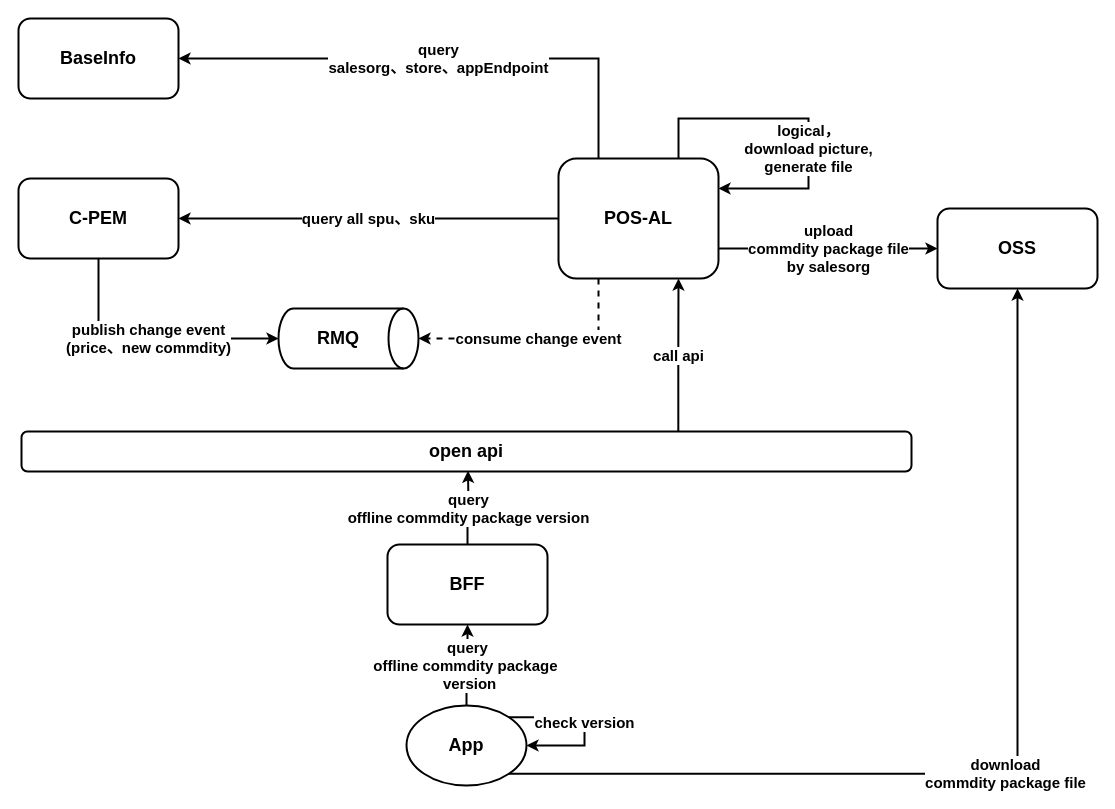
This is page "offline_cashier" (17 of 23) of authz/Omini-Store.drawio from jackie-thank/beego-authz, a draw.io file, before an edit. Source tidied: cells renumbered, new cells numbered last; positions are measured from the earlier drawing's top-left corner, leaving out a move shared by most shapes. Both pictures are drawn from the tidied source at 100%, with x=0, y=0 at pixel (18, 18).
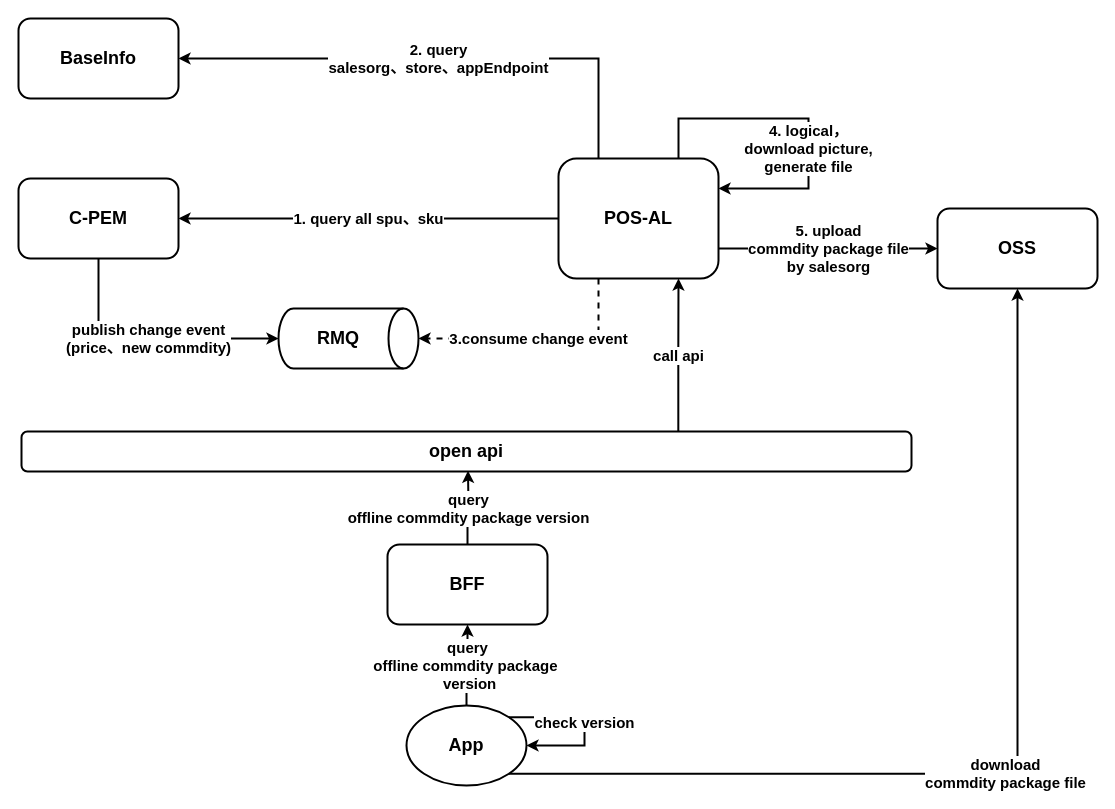
Above is the later version.

Unchanged cells that the change refers to:
```xml
<mxCell id="5" value="POS-AL" style="rounded=1;whiteSpace=wrap;html=1;fontSize=18;fontStyle=1;strokeWidth=2;" parent="1" vertex="1">
  <mxGeometry x="540" y="140" width="160" height="120" as="geometry" />
</mxCell>
<mxCell id="6" value="C-PEM" style="rounded=1;whiteSpace=wrap;html=1;fontSize=18;fontStyle=1;strokeWidth=2;" parent="1" vertex="1">
  <mxGeometry y="160" width="160" height="80" as="geometry" />
</mxCell>
<mxCell id="7" style="shape=cylinder3;whiteSpace=wrap;html=1;boundedLbl=1;backgroundOutline=1;size=15;rotation=90;strokeWidth=2;" parent="1" vertex="1">
  <mxGeometry x="300" y="250" width="60" height="140" as="geometry" />
</mxCell>
<mxCell id="11" value="BaseInfo" style="rounded=1;whiteSpace=wrap;html=1;fontSize=18;fontStyle=1;strokeWidth=2;" parent="1" vertex="1">
  <mxGeometry width="160" height="80" as="geometry" />
</mxCell>
<mxCell id="13" value="OSS" style="rounded=1;whiteSpace=wrap;html=1;fontSize=18;fontStyle=1;strokeWidth=2;" parent="1" vertex="1">
  <mxGeometry x="919" y="190" width="160" height="80" as="geometry" />
</mxCell>
```

The edit, as a diff of the source:
```diff
@@
-    <mxCell id="2" value="query all spu、sku" style="edgeStyle=orthogonalEdgeStyle;rounded=0;jettySize=auto;html=1;exitX=0;exitY=0.5;exitDx=0;exitDy=0;strokeWidth=2;fontSize=15;fontStyle=1;" parent="1" edge="1" source="5" target="6">
+    <mxCell id="2" value="1. query all spu、sku" style="edgeStyle=orthogonalEdgeStyle;rounded=0;jettySize=auto;html=1;exitX=0;exitY=0.5;exitDx=0;exitDy=0;strokeWidth=2;fontSize=15;fontStyle=1;" parent="1" edge="1" source="5" target="6">
       <mxGeometry relative="1" as="geometry" />
     </mxCell>
-    <mxCell id="3" value="query&lt;br&gt;salesorg、store、appEndpoint" style="edgeStyle=orthogonalEdgeStyle;rounded=0;jettySize=auto;html=1;exitX=0.25;exitY=0;exitDx=0;exitDy=0;entryX=1;entryY=0.5;entryDx=0;entryDy=0;fontSize=15;fontStyle=1;strokeWidth=2;" parent="1" edge="1" source="5" target="11">
+    <mxCell id="3" value="2. query&lt;br&gt;salesorg、store、appEndpoint" style="edgeStyle=orthogonalEdgeStyle;rounded=0;jettySize=auto;html=1;exitX=0.25;exitY=0;exitDx=0;exitDy=0;entryX=1;entryY=0.5;entryDx=0;entryDy=0;fontSize=15;fontStyle=1;strokeWidth=2;" parent="1" edge="1" source="5" target="11">
       <mxGeometry relative="1" as="geometry" />
     </mxCell>
-    <mxCell id="4" value="upload &lt;br&gt;commdity package file &lt;br&gt;by salesorg" style="edgeStyle=orthogonalEdgeStyle;rounded=0;jettySize=auto;html=1;exitX=1;exitY=0.75;exitDx=0;exitDy=0;entryX=0;entryY=0.5;entryDx=0;entryDy=0;strokeWidth=2;fontSize=15;fontStyle=1;" parent="1" edge="1" source="5" target="13">
+    <mxCell id="4" value="5. upload &lt;br&gt;commdity package file &lt;br&gt;by salesorg" style="edgeStyle=orthogonalEdgeStyle;rounded=0;jettySize=auto;html=1;exitX=1;exitY=0.75;exitDx=0;exitDy=0;entryX=0;entryY=0.5;entryDx=0;entryDy=0;strokeWidth=2;fontSize=15;fontStyle=1;" parent="1" edge="1" source="5" target="13">
       <mxGeometry relative="1" as="geometry" />
     </mxCell>
@@
-    <mxCell id="10" value="consume change event" style="edgeStyle=orthogonalEdgeStyle;rounded=0;jettySize=auto;html=1;exitX=0.25;exitY=1;exitDx=0;exitDy=0;entryX=0.5;entryY=0;entryDx=0;entryDy=0;entryPerimeter=0;strokeWidth=2;dashed=1;fontStyle=1;fontSize=15;" parent="1" edge="1" source="5" target="7">
+    <mxCell id="10" value="3.consume change event" style="edgeStyle=orthogonalEdgeStyle;rounded=0;jettySize=auto;html=1;exitX=0.25;exitY=1;exitDx=0;exitDy=0;entryX=0.5;entryY=0;entryDx=0;entryDy=0;entryPerimeter=0;strokeWidth=2;dashed=1;fontStyle=1;fontSize=15;" parent="1" edge="1" source="5" target="7">
       <mxGeometry relative="1" as="geometry" />
     </mxCell>
@@
-    <mxCell id="12" value="logical，&lt;br&gt;download picture,&lt;br style=&quot;font-size: 15px;&quot;&gt;generate file" style="edgeStyle=orthogonalEdgeStyle;rounded=0;orthogonalLoop=1;jettySize=auto;html=1;exitX=0.75;exitY=0;exitDx=0;exitDy=0;entryX=1;entryY=0.25;entryDx=0;entryDy=0;strokeWidth=2;fontSize=15;fontStyle=1;" parent="1" edge="1" source="5" target="5">
+    <mxCell id="12" value="4. logical，&lt;br&gt;download picture,&lt;br style=&quot;font-size: 15px;&quot;&gt;generate file" style="edgeStyle=orthogonalEdgeStyle;rounded=0;orthogonalLoop=1;jettySize=auto;html=1;exitX=0.75;exitY=0;exitDx=0;exitDy=0;entryX=1;entryY=0.25;entryDx=0;entryDy=0;strokeWidth=2;fontSize=15;fontStyle=1;" parent="1" edge="1" source="5" target="5">
       <mxGeometry x="0.21" relative="1" as="geometry">
         <Array as="points">
           <mxPoint x="660" y="100" />
           <mxPoint x="790" y="100" />
           <mxPoint x="790" y="170" />
         </Array>
       </mxGeometry>
     </mxCell>
```
